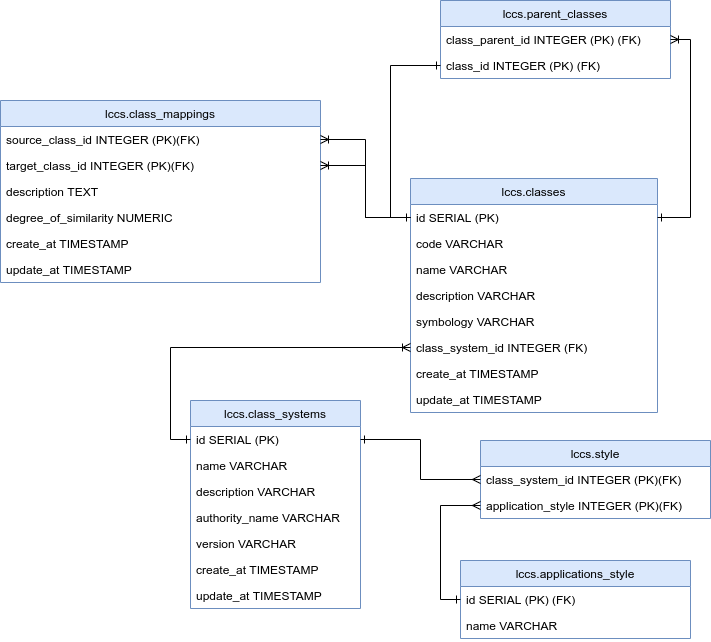
Before: doc/spec/lccs_database.png, a diagram exported from draw.io (brazil-data-cube/lccs-db). Source tidied: cells renumbered, new cells last; positions are measured from the earlier drawing's top-left corner, leaving out a move shared by most shapes.
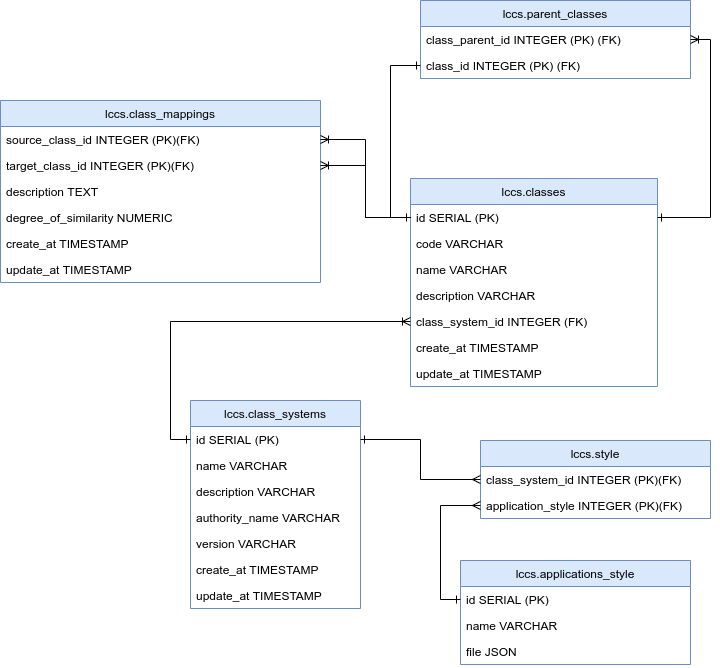
Later version of the same file.

Change to the diagram source:
```diff
@@ -27,7 +27,7 @@
       <mxGeometry y="182" width="170" height="26" as="geometry" />
     </mxCell>
     <mxCell id="10" value="lccs.classes" style="swimlane;fontStyle=0;horizontal=1;startSize=26;fillColor=#dae8fc;labelBackgroundColor=none;strokeColor=#6c8ebf;" parent="1" vertex="1">
-      <mxGeometry x="410" y="178" width="247" height="234" as="geometry" />
+      <mxGeometry x="410" y="178" width="247" height="208" as="geometry" />
     </mxCell>
     <mxCell id="11" value="id SERIAL (PK)" style="text;strokeColor=none;fillColor=none;align=left;verticalAlign=top;spacingLeft=4;spacingRight=4;overflow=hidden;points=[[0,0.5],[1,0.5]];portConstraint=eastwest;" parent="10" vertex="1">
       <mxGeometry y="26" width="247" height="26" as="geometry" />
@@ -41,17 +41,14 @@
     <mxCell id="14" value="description VARCHAR&#10;" style="text;strokeColor=none;fillColor=none;align=left;verticalAlign=top;spacingLeft=4;spacingRight=4;overflow=hidden;" parent="10" vertex="1">
       <mxGeometry y="104" width="247" height="26" as="geometry" />
     </mxCell>
-    <mxCell id="15" value="symbology VARCHAR&#10;" style="text;strokeColor=none;fillColor=none;align=left;verticalAlign=top;spacingLeft=4;spacingRight=4;overflow=hidden;" parent="10" vertex="1">
-      <mxGeometry y="130" width="247" height="26" as="geometry" />
-    </mxCell>
     <mxCell id="16" value="class_system_id INTEGER (FK)&#10;" style="text;strokeColor=none;fillColor=none;align=left;verticalAlign=top;spacingLeft=4;spacingRight=4;overflow=hidden;points=[[0,0.5],[1,0.5]];portConstraint=eastwest;" parent="10" vertex="1">
-      <mxGeometry y="156" width="247" height="26" as="geometry" />
+      <mxGeometry y="130" width="247" height="26" as="geometry" />
     </mxCell>
     <mxCell id="17" value="create_at TIMESTAMP&#10;" style="text;strokeColor=none;fillColor=none;align=left;verticalAlign=top;spacingLeft=4;spacingRight=4;overflow=hidden;" parent="10" vertex="1">
-      <mxGeometry y="182" width="247" height="26" as="geometry" />
+      <mxGeometry y="156" width="247" height="26" as="geometry" />
     </mxCell>
     <mxCell id="18" value="update_at TIMESTAMP&#10;" style="text;strokeColor=none;fillColor=none;align=left;verticalAlign=top;spacingLeft=4;spacingRight=4;overflow=hidden;" parent="10" vertex="1">
-      <mxGeometry y="208" width="247" height="26" as="geometry" />
+      <mxGeometry y="182" width="247" height="26" as="geometry" />
     </mxCell>
     <mxCell id="19" value="lccs.class_mappings" style="swimlane;fontStyle=0;horizontal=1;startSize=26;fillColor=#dae8fc;labelBackgroundColor=none;strokeColor=#6c8ebf;" parent="1" vertex="1">
       <mxGeometry y="100" width="320" height="182" as="geometry" />
@@ -78,13 +75,13 @@
       <mxGeometry relative="1" as="geometry" />
     </mxCell>
     <mxCell id="27" value="lccs.parent_classes" style="swimlane;fontStyle=0;horizontal=1;startSize=26;fillColor=#dae8fc;labelBackgroundColor=none;strokeColor=#6c8ebf;" parent="1" vertex="1">
-      <mxGeometry x="440" width="230" height="78" as="geometry" />
+      <mxGeometry x="420" width="270" height="78" as="geometry" />
     </mxCell>
-    <mxCell id="28" value="class_parent_id INTEGER (PK) (FK)" style="text;strokeColor=none;fillColor=none;align=left;verticalAlign=top;spacingLeft=4;spacingRight=4;overflow=hidden;points=[[0,0.5],[1,0.5]];portConstraint=eastwest;" parent="27" vertex="1">
-      <mxGeometry y="26" width="230" height="26" as="geometry" />
+    <mxCell id="28" value="class_parent_id INTEGER (PK) (FK)" style="text;strokeColor=none;fillColor=none;align=left;verticalAlign=top;spacingLeft=4;spacingRight=4;overflow=hidden;points=[[0,0.5],[1,0.5]];portConstraint=eastwest;" parent="27" vertex="1">
+      <mxGeometry y="26" width="270" height="26" as="geometry" />
     </mxCell>
     <mxCell id="29" value="class_id INTEGER (PK) (FK)" style="text;strokeColor=none;fillColor=none;align=left;verticalAlign=top;spacingLeft=4;spacingRight=4;overflow=hidden;points=[[0,0.5],[1,0.5]];portConstraint=eastwest;" parent="27" vertex="1">
-      <mxGeometry y="52" width="230" height="26" as="geometry" />
+      <mxGeometry y="52" width="270" height="26" as="geometry" />
     </mxCell>
     <mxCell id="30" style="edgeStyle=orthogonalEdgeStyle;rounded=0;jettySize=auto;html=1;exitX=0;exitY=0.5;exitDx=0;exitDy=0;entryX=0;entryY=0.5;entryDx=0;entryDy=0;endArrow=ERone;endFill=0;startArrow=ERone;startFill=0;" parent="1" edge="1" source="11" target="29">
       <mxGeometry relative="1" as="geometry" />
@@ -99,13 +96,16 @@
       <mxGeometry relative="1" as="geometry" />
     </mxCell>
     <mxCell id="34" value="lccs.applications_style" style="swimlane;fontStyle=0;horizontal=1;startSize=26;fillColor=#dae8fc;labelBackgroundColor=none;strokeColor=#6c8ebf;" parent="1" vertex="1">
-      <mxGeometry x="460" y="560" width="230" height="78" as="geometry" />
+      <mxGeometry x="460" y="560" width="230" height="104" as="geometry" />
     </mxCell>
-    <mxCell id="35" value="id SERIAL (PK) (FK)" style="text;strokeColor=none;fillColor=none;align=left;verticalAlign=top;spacingLeft=4;spacingRight=4;overflow=hidden;points=[[0,0.5],[1,0.5]];portConstraint=eastwest;" parent="34" vertex="1">
+    <mxCell id="35" value="id SERIAL (PK)" style="text;strokeColor=none;fillColor=none;align=left;verticalAlign=top;spacingLeft=4;spacingRight=4;overflow=hidden;points=[[0,0.5],[1,0.5]];portConstraint=eastwest;" parent="34" vertex="1">
       <mxGeometry y="26" width="230" height="26" as="geometry" />
     </mxCell>
+    <mxCell id="42" value="name VARCHAR" style="text;strokeColor=none;fillColor=none;align=left;verticalAlign=top;spacingLeft=4;spacingRight=4;overflow=hidden;" parent="34" vertex="1">
+      <mxGeometry y="52" width="230" height="26" as="geometry" />
+    </mxCell>
-    <mxCell id="36" value="name VARCHAR" style="text;strokeColor=none;fillColor=none;align=left;verticalAlign=top;spacingLeft=4;spacingRight=4;overflow=hidden;" parent="34" vertex="1">
-      <mxGeometry y="52" width="230" height="26" as="geometry" />
+    <mxCell id="36" value="file JSON" style="text;strokeColor=none;fillColor=none;align=left;verticalAlign=top;spacingLeft=4;spacingRight=4;overflow=hidden;" parent="34" vertex="1">
+      <mxGeometry y="78" width="230" height="26" as="geometry" />
     </mxCell>
     <mxCell id="37" value="lccs.style" style="swimlane;fontStyle=0;horizontal=1;startSize=26;fillColor=#dae8fc;labelBackgroundColor=none;strokeColor=#6c8ebf;" parent="1" vertex="1">
       <mxGeometry x="480" y="440" width="230" height="78" as="geometry" />
```
